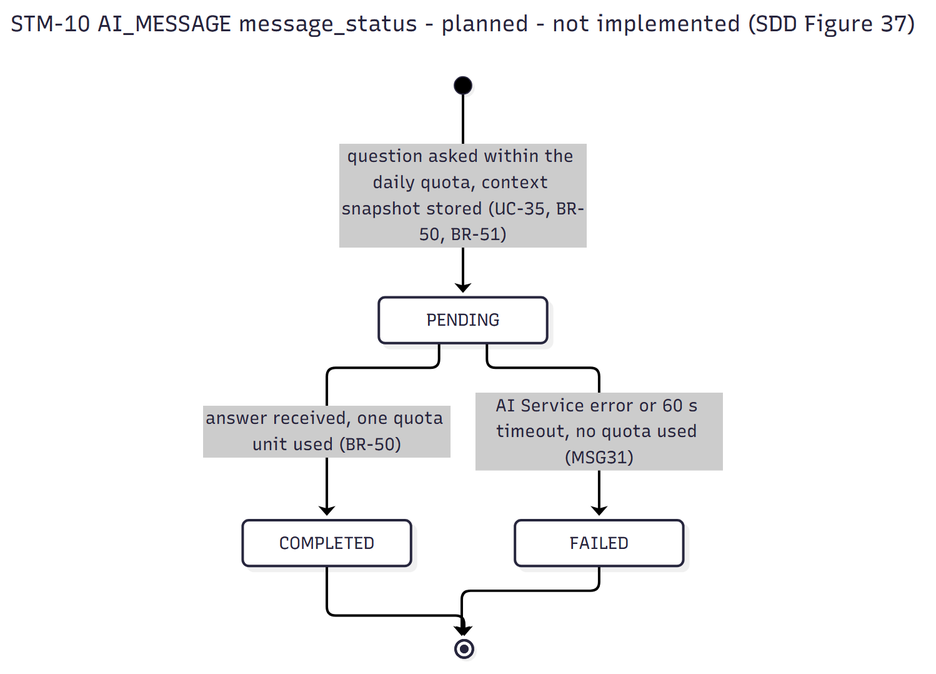
This is specs/diagrams/state/STM-10_ai_message.png from nguyenluc2411/cryptopilot_project, a Mermaid export, as it was before one commit. Its source is kept beside it as specs/diagrams/state/STM-10_ai_message.mmd. The source it was exported from:
```mermaid
---
title: STM-10 AI_MESSAGE message_status - planned - not implemented (SDD Figure 37)
---
stateDiagram-v2
    [*] --> PENDING : question asked within the daily quota, context snapshot stored (UC-35, BR-50, BR-51)
    PENDING --> COMPLETED : answer received, one quota unit used (BR-50)
    PENDING --> FAILED : AI Service error or 60 s timeout, no quota used (MSG31)
    COMPLETED --> [*]
    FAILED --> [*]
```
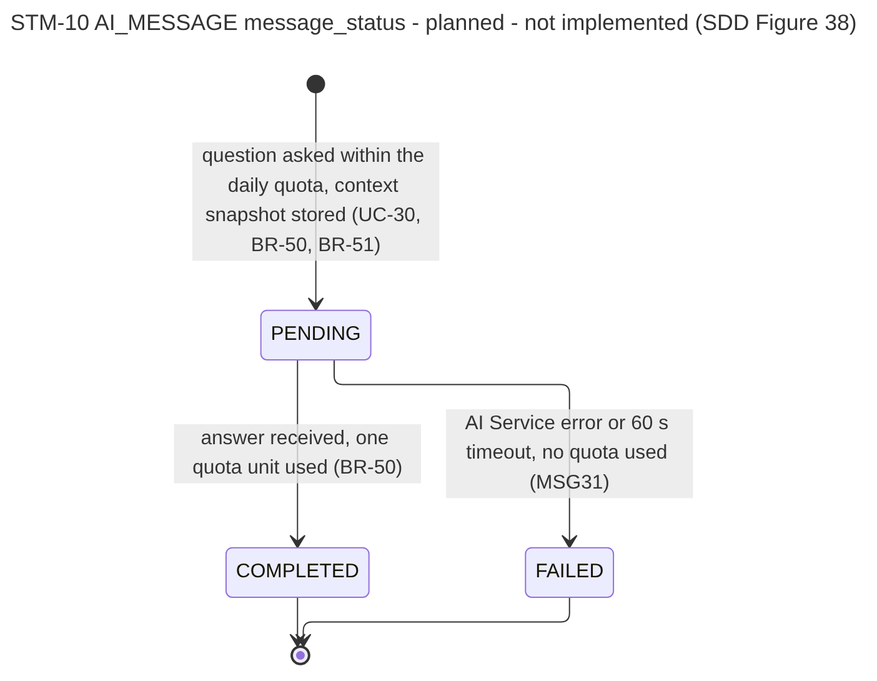
The same diagram one commit later.

Change to the diagram source:
```diff
@@ -1,8 +1,8 @@
 ---
-title: STM-10 AI_MESSAGE message_status - planned - not implemented (SDD Figure 37)
+title: STM-10 AI_MESSAGE message_status - planned - not implemented (SDD Figure 38)
 ---
 stateDiagram-v2
-    [*] --> PENDING : question asked within the daily quota, context snapshot stored (UC-35, BR-50, BR-51)
+    [*] --> PENDING : question asked within the daily quota, context snapshot stored (UC-30, BR-50, BR-51)
     PENDING --> COMPLETED : answer received, one quota unit used (BR-50)
     PENDING --> FAILED : AI Service error or 60 s timeout, no quota used (MSG31)
     COMPLETED --> [*]
```
